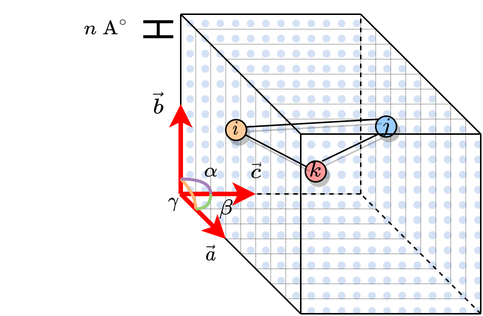
Before: unitcell-vn.drawio.png, a diagram exported from draw.io (sidnb13/pura-award-s2023). Source tidied: cells renumbered, new cells last; positions are measured from the earlier drawing's top-left corner, leaving out a move shared by most shapes.
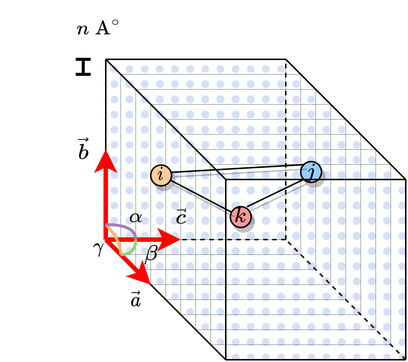
The same file after the commit.

The edit, as a diff of the source:
```diff
@@ -48,10 +48,10 @@
       </mxGeometry>
     </mxCell>
     <mxCell id="14" style="shape=crossbar;whiteSpace=wrap;html=1;rounded=1;fillColor=#000000;rotation=90;strokeWidth=2;" parent="1" vertex="1">
-      <mxGeometry x="100" y="5" width="10" height="20" as="geometry" />
+      <mxGeometry x="100" y="5" width="10" height="10" as="geometry" />
     </mxCell>
-    <mxCell id="15" value="$$n\;\text{A}^{\circ}$$" style="text;html=1;align=center;verticalAlign=middle;strokeColor=none;fillColor=none;" parent="1" vertex="1">
-      <mxGeometry width="140" height="30" as="geometry" />
+    <mxCell id="15" value="$$n\;\text{A}^{\circ}$$" style="text;html=1;align=center;verticalAlign=middle;strokeColor=none;fillColor=none;spacing=0;" parent="1" vertex="1">
+      <mxGeometry x="50" y="-25" width="130" height="20" as="geometry" />
     </mxCell>
     <mxCell id="16" style="group;shadow=1;" parent="1" vertex="1">
       <mxGeometry x="150" y="73.1" width="120" height="30" as="geometry" />
```
